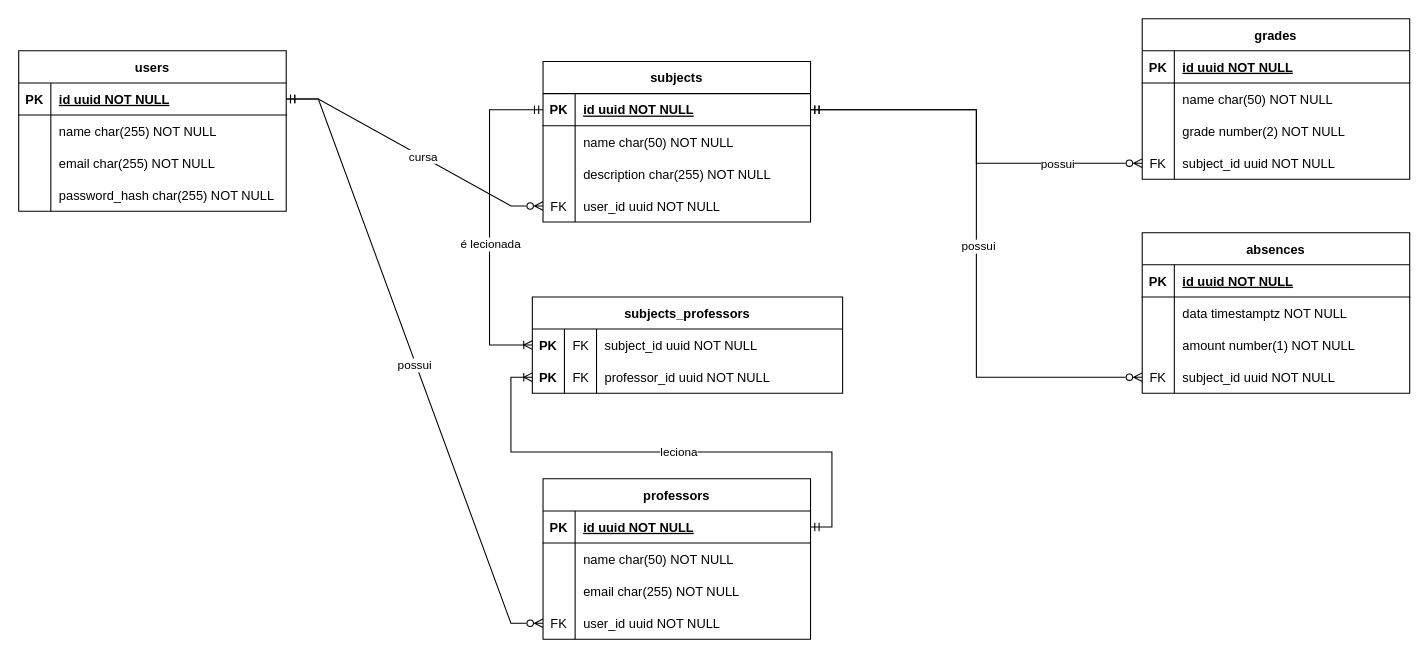
Above: src/main/resources/schema-diagram.drawio.xml in davsilvam/academic-api (draw.io), before the change. Source tidied: cells renumbered, new cells numbered last; positions are measured from the earlier drawing's top-left corner, leaving out a move shared by most shapes. Both pictures are drawn from the tidied source at 107%, with x=0, y=0 at pixel (18, 18).
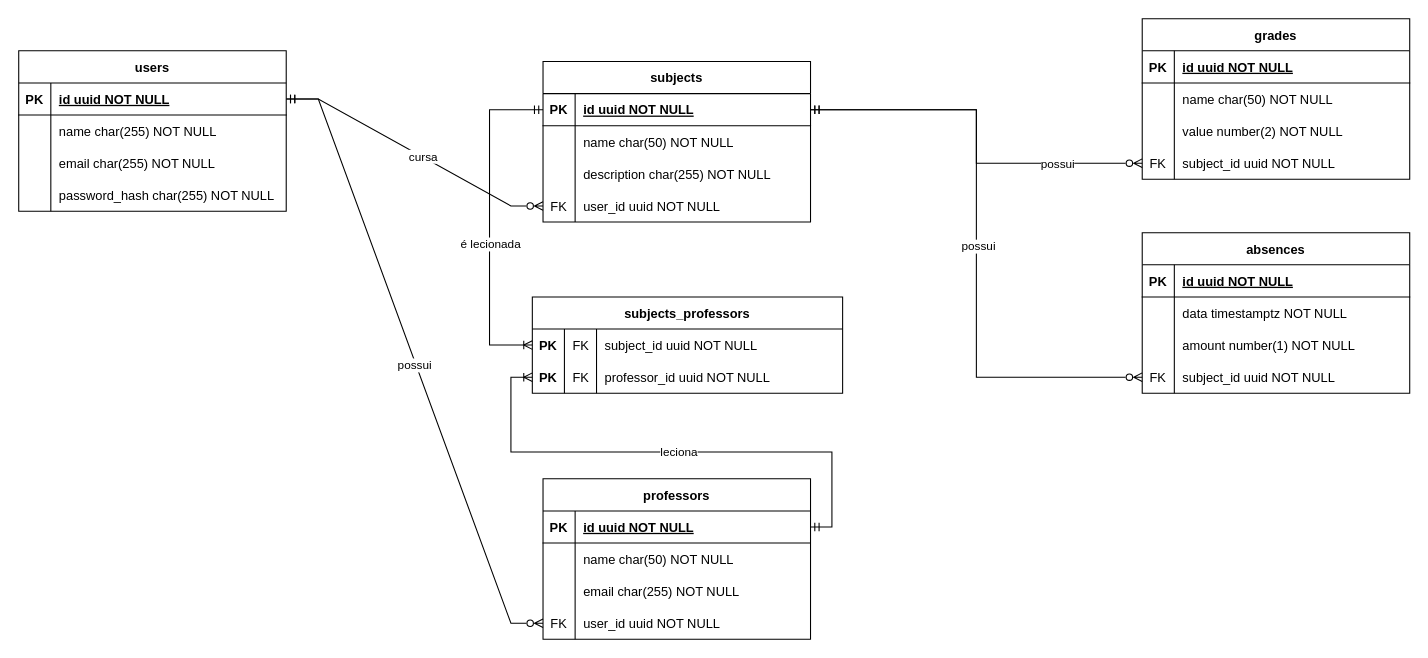
The same diagram, later.

Unchanged cells that the change refers to:
```xml
<mxCell id="37" style="shape=partialRectangle;fillColor=none;top=0;left=0;right=0;bottom=0;" parent="30" vertex="1">
  <mxGeometry y="90" width="250" height="30" as="geometry" />
</mxCell>
```

Change to the diagram source:
```diff
@@
-    <mxCell id="39" value="grade number(2) NOT NULL" style="shape=partialRectangle;overflow=hidden;fillColor=none;top=0;left=0;bottom=0;right=0;align=left;spacingLeft=6;" parent="37" vertex="1">
+    <mxCell id="39" value="value number(2) NOT NULL" style="shape=partialRectangle;overflow=hidden;fillColor=none;top=0;left=0;bottom=0;right=0;align=left;spacingLeft=6;" parent="37" vertex="1">
       <mxGeometry x="30" width="220" height="30" as="geometry" />
     </mxCell>
```
